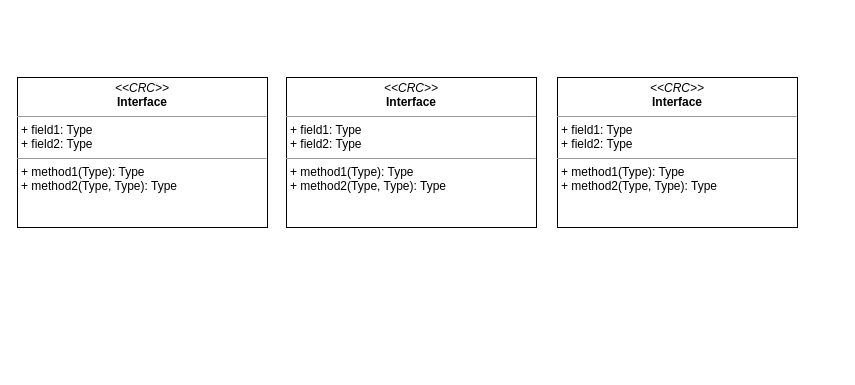
Above: page "CRC-карта" (6 of 6) of Biểu đồ không có tiêu đề.drawio in quyettranvu/Lab2-3_UML (draw.io), before the change. Source tidied: cells renumbered, new cells numbered last; positions are measured from the earlier drawing's top-left corner, leaving out a move shared by most shapes. Both pictures are drawn from the tidied source at 100%, with x=0, y=0 at pixel (17, 77).
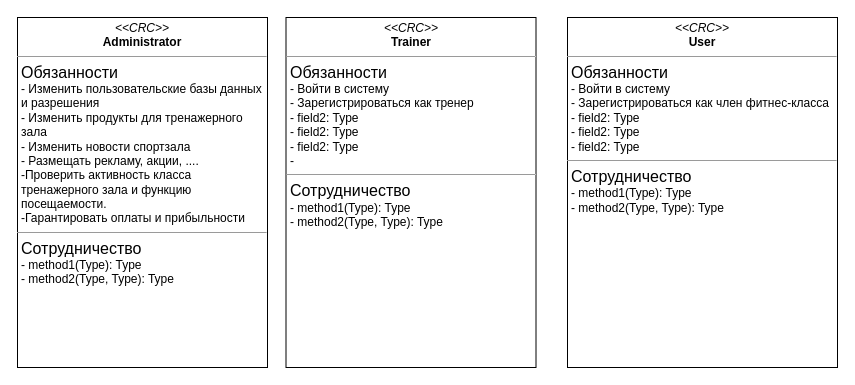
Above is the later version.

Commit message:
Cập nhật Biểu đồ không có tiêu đề.drawio

Diff of the diagram source:
```diff
@@
 <mxGraphModel>
   <root>
     <mxCell id="0" />
     <mxCell id="1" parent="0" />
-    <mxCell id="2" value="&lt;p style=&quot;margin:0px;margin-top:4px;text-align:center;&quot;&gt;&lt;i&gt;&amp;lt;&amp;lt;CRC&amp;gt;&amp;gt;&lt;/i&gt;&lt;br&gt;&lt;b&gt;Interface&lt;/b&gt;&lt;/p&gt;&lt;hr size=&quot;1&quot;&gt;&lt;p style=&quot;margin:0px;margin-left:4px;&quot;&gt;+ field1: Type&lt;br&gt;+ field2: Type&lt;/p&gt;&lt;hr size=&quot;1&quot;&gt;&lt;p style=&quot;margin:0px;margin-left:4px;&quot;&gt;+ method1(Type): Type&lt;br&gt;+ method2(Type, Type): Type&lt;/p&gt;" style="verticalAlign=top;align=left;overflow=fill;fontSize=12;fontFamily=Helvetica;html=1;" parent="1" vertex="1">
-      <mxGeometry width="250" height="150" as="geometry" />
+    <mxCell id="2" value="&lt;p style=&quot;margin:0px;margin-top:4px;text-align:center;&quot;&gt;&lt;i&gt;&amp;lt;&amp;lt;CRC&amp;gt;&amp;gt;&lt;/i&gt;&lt;br&gt;&lt;b&gt;Administrator&lt;/b&gt;&lt;/p&gt;&lt;hr size=&quot;1&quot;&gt;&lt;p style=&quot;margin:0px;margin-left:4px;&quot;&gt;&lt;font style=&quot;font-size: 16px;&quot;&gt;Обязанности&lt;/font&gt;&lt;span style=&quot;background-color: initial;&quot;&gt;&amp;nbsp;&lt;/span&gt;&lt;/p&gt;&lt;p style=&quot;margin:0px;margin-left:4px;&quot;&gt;- Изменить пользовательские базы данных&amp;nbsp;&lt;/p&gt;&lt;p style=&quot;margin:0px;margin-left:4px;&quot;&gt;и разрешения&lt;/p&gt;&lt;p style=&quot;margin:0px;margin-left:4px;&quot;&gt;-&amp;nbsp;Изменить продукты для тренажерного&amp;nbsp;&lt;/p&gt;&lt;p style=&quot;margin:0px;margin-left:4px;&quot;&gt;зала&lt;br&gt;&lt;/p&gt;&lt;p style=&quot;margin:0px;margin-left:4px;&quot;&gt;- Изменить новости спортзала&lt;br&gt;&lt;/p&gt;&lt;p style=&quot;margin:0px;margin-left:4px;&quot;&gt;-&amp;nbsp;Размещать рекламу, акции, ....&lt;br&gt;&lt;/p&gt;&lt;p style=&quot;margin:0px;margin-left:4px;&quot;&gt;-Проверить активность класса&lt;/p&gt;&lt;p style=&quot;margin:0px;margin-left:4px;&quot;&gt;тренажерного зала и функцию&amp;nbsp;&lt;/p&gt;&lt;p style=&quot;margin:0px;margin-left:4px;&quot;&gt;посещаемости.&lt;/p&gt;&lt;p style=&quot;margin:0px;margin-left:4px;&quot;&gt;-Гарантировать оплаты и прибыльности&lt;/p&gt;&lt;hr size=&quot;1&quot;&gt;&lt;p style=&quot;margin:0px;margin-left:4px;&quot;&gt;&lt;font style=&quot;font-size: 16px;&quot;&gt;Сотрудничество&lt;/font&gt;&lt;br&gt;&lt;/p&gt;&lt;p style=&quot;margin:0px;margin-left:4px;&quot;&gt;- method1(Type): Type&lt;br&gt;- method2(Type, Type): Type&lt;/p&gt;" style="verticalAlign=top;align=left;overflow=fill;fontSize=12;fontFamily=Helvetica;html=1;" parent="1" vertex="1">
+      <mxGeometry y="-60" width="250" height="350" as="geometry" />
     </mxCell>
-    <mxCell id="3" value="&lt;p style=&quot;margin:0px;margin-top:4px;text-align:center;&quot;&gt;&lt;i&gt;&amp;lt;&amp;lt;CRC&amp;gt;&amp;gt;&lt;/i&gt;&lt;br&gt;&lt;b&gt;Interface&lt;/b&gt;&lt;/p&gt;&lt;hr size=&quot;1&quot;&gt;&lt;p style=&quot;margin:0px;margin-left:4px;&quot;&gt;+ field1: Type&lt;br&gt;+ field2: Type&lt;/p&gt;&lt;hr size=&quot;1&quot;&gt;&lt;p style=&quot;margin:0px;margin-left:4px;&quot;&gt;+ method1(Type): Type&lt;br&gt;+ method2(Type, Type): Type&lt;/p&gt;" style="verticalAlign=top;align=left;overflow=fill;fontSize=12;fontFamily=Helvetica;html=1;" parent="1" vertex="1">
-      <mxGeometry x="269" width="250" height="150" as="geometry" />
+    <mxCell id="3" value="&lt;p style=&quot;margin:0px;margin-top:4px;text-align:center;&quot;&gt;&lt;i&gt;&amp;lt;&amp;lt;CRC&amp;gt;&amp;gt;&lt;/i&gt;&lt;br&gt;&lt;b&gt;Trainer&lt;/b&gt;&lt;/p&gt;&lt;hr size=&quot;1&quot;&gt;&lt;p style=&quot;margin:0px;margin-left:4px;&quot;&gt;&lt;span style=&quot;font-size: 16px;&quot;&gt;Обязанности&lt;/span&gt;&lt;br&gt;&lt;/p&gt;&lt;p style=&quot;margin:0px;margin-left:4px;&quot;&gt;- Войти в систему&lt;br&gt;- Зарегистрироваться как тренер&lt;/p&gt;&lt;p style=&quot;margin:0px;margin-left:4px;&quot;&gt;- field2: Type&lt;br&gt;&lt;/p&gt;&lt;p style=&quot;margin:0px;margin-left:4px;&quot;&gt;- field2: Type&lt;br&gt;&lt;/p&gt;&lt;p style=&quot;margin:0px;margin-left:4px;&quot;&gt;- field2: Type&lt;br&gt;&lt;/p&gt;&lt;p style=&quot;margin:0px;margin-left:4px;&quot;&gt;-&lt;/p&gt;&lt;hr size=&quot;1&quot;&gt;&lt;p style=&quot;margin:0px;margin-left:4px;&quot;&gt;&lt;span style=&quot;font-size: 16px;&quot;&gt;Сотрудничество&lt;/span&gt;&lt;br&gt;&lt;/p&gt;&lt;p style=&quot;margin:0px;margin-left:4px;&quot;&gt;- method1(Type): Type&lt;br&gt;- method2(Type, Type): Type&lt;/p&gt;" style="verticalAlign=top;align=left;overflow=fill;fontSize=12;fontFamily=Helvetica;html=1;" parent="1" vertex="1">
+      <mxGeometry x="268.5" y="-60" width="250" height="350" as="geometry" />
     </mxCell>
-    <mxCell id="4" value="&lt;p style=&quot;margin:0px;margin-top:4px;text-align:center;&quot;&gt;&lt;i&gt;&amp;lt;&amp;lt;CRC&amp;gt;&amp;gt;&lt;/i&gt;&lt;br&gt;&lt;b&gt;Interface&lt;/b&gt;&lt;/p&gt;&lt;hr size=&quot;1&quot;&gt;&lt;p style=&quot;margin:0px;margin-left:4px;&quot;&gt;+ field1: Type&lt;br&gt;+ field2: Type&lt;/p&gt;&lt;hr size=&quot;1&quot;&gt;&lt;p style=&quot;margin:0px;margin-left:4px;&quot;&gt;+ method1(Type): Type&lt;br&gt;+ method2(Type, Type): Type&lt;/p&gt;" style="verticalAlign=top;align=left;overflow=fill;fontSize=12;fontFamily=Helvetica;html=1;" parent="1" vertex="1">
-      <mxGeometry x="540" width="240" height="150" as="geometry" />
+    <mxCell id="4" value="&lt;p style=&quot;margin:0px;margin-top:4px;text-align:center;&quot;&gt;&lt;i&gt;&amp;lt;&amp;lt;CRC&amp;gt;&amp;gt;&lt;/i&gt;&lt;br&gt;&lt;b&gt;User&lt;/b&gt;&lt;/p&gt;&lt;hr size=&quot;1&quot;&gt;&lt;p style=&quot;margin:0px;margin-left:4px;&quot;&gt;&lt;span style=&quot;font-size: 16px;&quot;&gt;Обязанности&lt;/span&gt;&lt;br&gt;&lt;/p&gt;&lt;p style=&quot;margin:0px;margin-left:4px;&quot;&gt;- Войти в систему&lt;br&gt;- Зарегистрироваться как член фитнес-класса&lt;/p&gt;&lt;p style=&quot;margin:0px;margin-left:4px;&quot;&gt;- field2: Type&lt;br&gt;&lt;/p&gt;&lt;p style=&quot;margin:0px;margin-left:4px;&quot;&gt;- field2: Type&lt;br&gt;&lt;/p&gt;&lt;p style=&quot;margin:0px;margin-left:4px;&quot;&gt;- field2: Type&lt;br&gt;&lt;/p&gt;&lt;hr size=&quot;1&quot;&gt;&lt;p style=&quot;margin:0px;margin-left:4px;&quot;&gt;&lt;span style=&quot;font-size: 16px;&quot;&gt;Сотрудничество&lt;/span&gt;&lt;br&gt;&lt;/p&gt;&lt;p style=&quot;margin:0px;margin-left:4px;&quot;&gt;- method1(Type): Type&lt;br&gt;- method2(Type, Type): Type&lt;/p&gt;" style="verticalAlign=top;align=left;overflow=fill;fontSize=12;fontFamily=Helvetica;html=1;" parent="1" vertex="1">
+      <mxGeometry x="550" y="-60" width="270" height="350" as="geometry" />
     </mxCell>
   </root>
 </mxGraphModel>
```
